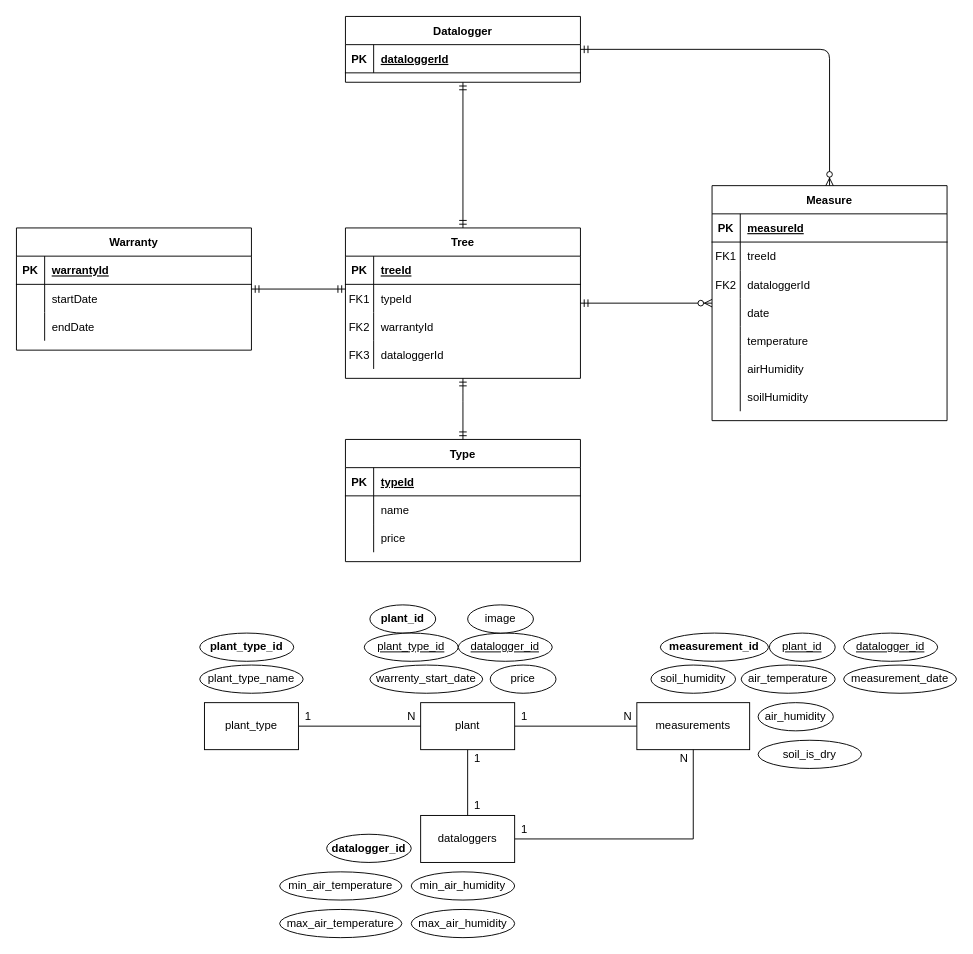
This is Database/treeERD_v4.drawio from mateasv/climate-project-exam, a draw.io file, before an edit. Source tidied: cells renumbered, new cells numbered last; positions are measured from the earlier drawing's top-left corner, leaving out a move shared by most shapes. Both pictures are drawn from the tidied source at 94%, with x=0, y=0 at pixel (16, 16).
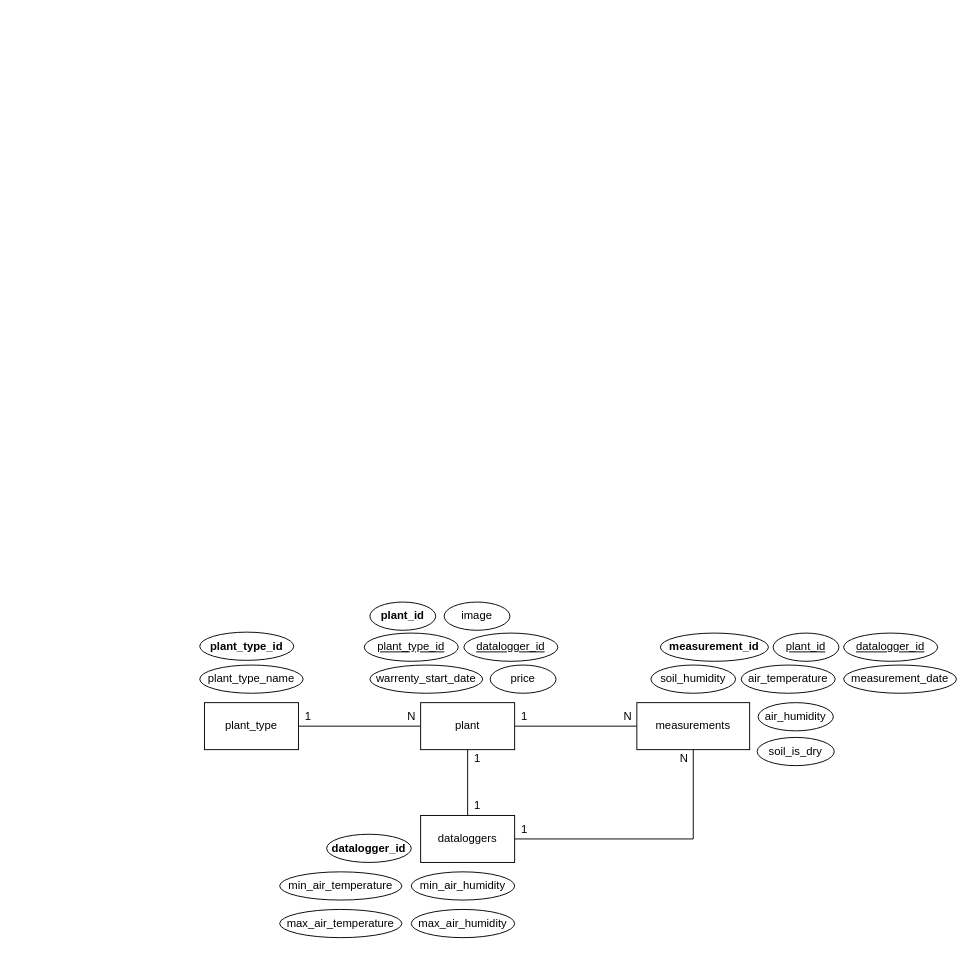
Above is the later version.

Commit message:
Removed old diagram and fixed up the new one

What changed in the source:
```diff
@@
-    <mxCell id="2" value="Tree" style="shape=table;startSize=30;childLayout=tableLayout;rowLines=0;fontStyle=1;align=center;" parent="1" vertex="1">
-      <mxGeometry x="350" y="225" width="250" height="160" as="geometry" />
-    </mxCell>
-    <mxCell id="3" style="shape=partialRectangle;fillColor=none;top=0;left=0;right=0;bottom=1;" parent="2" vertex="1">
-      <mxGeometry y="30" width="250" height="30" as="geometry" />
-    </mxCell>
-    <mxCell id="4" value="PK" style="shape=partialRectangle;overflow=hidden;fillColor=none;top=0;left=0;bottom=0;right=0;fontStyle=1;" parent="3" vertex="1">
-      <mxGeometry width="30" height="30" as="geometry" />
-    </mxCell>
-    <mxCell id="5" value="treeId" style="shape=partialRectangle;overflow=hidden;fillColor=none;top=0;left=0;bottom=0;right=0;align=left;spacingLeft=6;fontStyle=5;" parent="3" vertex="1">
-      <mxGeometry x="30" width="220" height="30" as="geometry" />
-    </mxCell>
-    <mxCell id="6" style="shape=partialRectangle;fillColor=none;top=0;left=0;right=0;bottom=0;" parent="2" vertex="1">
-      <mxGeometry y="60" width="250" height="30" as="geometry" />
-    </mxCell>
-    <mxCell id="7" value="FK1" style="shape=partialRectangle;overflow=hidden;fillColor=none;top=0;left=0;bottom=0;right=0;" parent="6" vertex="1">
-      <mxGeometry width="30" height="30" as="geometry" />
-    </mxCell>
-    <mxCell id="8" value="typeId" style="shape=partialRectangle;overflow=hidden;fillColor=none;top=0;left=0;bottom=0;right=0;align=left;spacingLeft=6;" parent="6" vertex="1">
-      <mxGeometry x="30" width="220" height="30" as="geometry" />
-    </mxCell>
-    <mxCell id="9" style="shape=partialRectangle;fillColor=none;top=0;left=0;right=0;bottom=0;" parent="2" vertex="1">
-      <mxGeometry y="90" width="250" height="30" as="geometry" />
-    </mxCell>
-    <mxCell id="10" value="FK2" style="shape=partialRectangle;overflow=hidden;fillColor=none;top=0;left=0;bottom=0;right=0;" parent="9" vertex="1">
-      <mxGeometry width="30" height="30" as="geometry" />
-    </mxCell>
-    <mxCell id="11" value="warrantyId" style="shape=partialRectangle;overflow=hidden;fillColor=none;top=0;left=0;bottom=0;right=0;align=left;spacingLeft=6;" parent="9" vertex="1">
-      <mxGeometry x="30" width="220" height="30" as="geometry" />
-    </mxCell>
-    <mxCell id="12" style="shape=partialRectangle;fillColor=none;top=0;left=0;right=0;bottom=0;" parent="2" vertex="1">
-      <mxGeometry y="120" width="250" height="30" as="geometry" />
-    </mxCell>
-    <mxCell id="13" value="FK3" style="shape=partialRectangle;overflow=hidden;fillColor=none;top=0;left=0;bottom=0;right=0;" parent="12" vertex="1">
-      <mxGeometry width="30" height="30" as="geometry" />
-    </mxCell>
-    <mxCell id="14" value="dataloggerId" style="shape=partialRectangle;overflow=hidden;fillColor=none;top=0;left=0;bottom=0;right=0;align=left;spacingLeft=6;" parent="12" vertex="1">
-      <mxGeometry x="30" width="220" height="30" as="geometry" />
-    </mxCell>
-    <mxCell id="15" value="Type" style="shape=table;startSize=30;childLayout=tableLayout;rowLines=0;fontStyle=1;align=center;" parent="1" vertex="1">
-      <mxGeometry x="350" y="450" width="250" height="130" as="geometry" />
-    </mxCell>
-    <mxCell id="16" style="shape=partialRectangle;fillColor=none;top=0;left=0;right=0;bottom=1;" parent="15" vertex="1">
-      <mxGeometry y="30" width="250" height="30" as="geometry" />
-    </mxCell>
-    <mxCell id="17" value="PK" style="shape=partialRectangle;overflow=hidden;fillColor=none;top=0;left=0;bottom=0;right=0;fontStyle=1;" parent="16" vertex="1">
-      <mxGeometry width="30" height="30" as="geometry" />
-    </mxCell>
-    <mxCell id="18" value="typeId" style="shape=partialRectangle;overflow=hidden;fillColor=none;top=0;left=0;bottom=0;right=0;align=left;spacingLeft=6;fontStyle=5;" parent="16" vertex="1">
-      <mxGeometry x="30" width="220" height="30" as="geometry" />
-    </mxCell>
-    <mxCell id="19" style="shape=partialRectangle;fillColor=none;top=0;left=0;right=0;bottom=0;" parent="15" vertex="1">
-      <mxGeometry y="60" width="250" height="30" as="geometry" />
-    </mxCell>
-    <mxCell id="20" style="shape=partialRectangle;overflow=hidden;fillColor=none;top=0;left=0;bottom=0;right=0;" parent="19" vertex="1">
-      <mxGeometry width="30" height="30" as="geometry" />
-    </mxCell>
-    <mxCell id="21" value="name" style="shape=partialRectangle;overflow=hidden;fillColor=none;top=0;left=0;bottom=0;right=0;align=left;spacingLeft=6;" parent="19" vertex="1">
-      <mxGeometry x="30" width="220" height="30" as="geometry" />
-    </mxCell>
-    <mxCell id="22" style="shape=partialRectangle;fillColor=none;top=0;left=0;right=0;bottom=0;" parent="15" vertex="1">
-      <mxGeometry y="90" width="250" height="30" as="geometry" />
-    </mxCell>
-    <mxCell id="23" style="shape=partialRectangle;overflow=hidden;fillColor=none;top=0;left=0;bottom=0;right=0;" parent="22" vertex="1">
-      <mxGeometry width="30" height="30" as="geometry" />
-    </mxCell>
-    <mxCell id="24" value="price" style="shape=partialRectangle;overflow=hidden;fillColor=none;top=0;left=0;bottom=0;right=0;align=left;spacingLeft=6;" parent="22" vertex="1">
-      <mxGeometry x="30" width="220" height="30" as="geometry" />
-    </mxCell>
-    <mxCell id="25" value="Measure" style="shape=table;startSize=30;childLayout=tableLayout;rowLines=0;fontStyle=1;align=center;" parent="1" vertex="1">
-      <mxGeometry x="740" y="180" width="250" height="250" as="geometry" />
-    </mxCell>
-    <mxCell id="26" style="shape=partialRectangle;fillColor=none;top=0;left=0;right=0;bottom=1;" parent="25" vertex="1">
-      <mxGeometry y="30" width="250" height="30" as="geometry" />
-    </mxCell>
-    <mxCell id="27" value="PK" style="shape=partialRectangle;overflow=hidden;fillColor=none;top=0;left=0;bottom=0;right=0;fontStyle=1;" parent="26" vertex="1">
-      <mxGeometry width="30" height="30" as="geometry" />
-    </mxCell>
-    <mxCell id="28" value="measureId" style="shape=partialRectangle;overflow=hidden;fillColor=none;top=0;left=0;bottom=0;right=0;align=left;spacingLeft=6;fontStyle=5;" parent="26" vertex="1">
-      <mxGeometry x="30" width="220" height="30" as="geometry" />
-    </mxCell>
-    <mxCell id="29" style="shape=partialRectangle;fillColor=none;top=0;left=0;right=0;bottom=0;" parent="25" vertex="1">
-      <mxGeometry y="60" width="250" height="30" as="geometry" />
-    </mxCell>
-    <mxCell id="30" value="FK1" style="shape=partialRectangle;overflow=hidden;fillColor=none;top=0;left=0;bottom=0;right=0;" parent="29" vertex="1">
-      <mxGeometry width="30" height="30" as="geometry" />
-    </mxCell>
-    <mxCell id="31" value="treeId" style="shape=partialRectangle;overflow=hidden;fillColor=none;top=0;left=0;bottom=0;right=0;align=left;spacingLeft=6;" parent="29" vertex="1">
-      <mxGeometry x="30" width="220" height="30" as="geometry" />
-    </mxCell>
-    <mxCell id="32" style="shape=partialRectangle;fillColor=none;top=0;left=0;right=0;bottom=0;" parent="25" vertex="1">
-      <mxGeometry y="90" width="250" height="30" as="geometry" />
-    </mxCell>
-    <mxCell id="33" value="FK2" style="shape=partialRectangle;overflow=hidden;fillColor=none;top=0;left=0;bottom=0;right=0;" parent="32" vertex="1">
-      <mxGeometry width="30" height="30" as="geometry" />
-    </mxCell>
-    <mxCell id="34" value="dataloggerId" style="shape=partialRectangle;overflow=hidden;fillColor=none;top=0;left=0;bottom=0;right=0;align=left;spacingLeft=6;" parent="32" vertex="1">
-      <mxGeometry x="30" width="220" height="30" as="geometry" />
-    </mxCell>
-    <mxCell id="35" style="shape=partialRectangle;fillColor=none;top=0;left=0;right=0;bottom=0;" parent="25" vertex="1">
-      <mxGeometry y="120" width="250" height="30" as="geometry" />
-    </mxCell>
-    <mxCell id="36" style="shape=partialRectangle;overflow=hidden;fillColor=none;top=0;left=0;bottom=0;right=0;" parent="35" vertex="1">
-      <mxGeometry width="30" height="30" as="geometry" />
-    </mxCell>
-    <mxCell id="37" value="date" style="shape=partialRectangle;overflow=hidden;fillColor=none;top=0;left=0;bottom=0;right=0;align=left;spacingLeft=6;" parent="35" vertex="1">
-      <mxGeometry x="30" width="220" height="30" as="geometry" />
-    </mxCell>
-    <mxCell id="38" style="shape=partialRectangle;fillColor=none;top=0;left=0;right=0;bottom=0;" parent="25" vertex="1">
-      <mxGeometry y="150" width="250" height="30" as="geometry" />
-    </mxCell>
-    <mxCell id="39" style="shape=partialRectangle;overflow=hidden;fillColor=none;top=0;left=0;bottom=0;right=0;" parent="38" vertex="1">
-      <mxGeometry width="30" height="30" as="geometry" />
-    </mxCell>
-    <mxCell id="40" value="temperature" style="shape=partialRectangle;overflow=hidden;fillColor=none;top=0;left=0;bottom=0;right=0;align=left;spacingLeft=6;" parent="38" vertex="1">
-      <mxGeometry x="30" width="220" height="30" as="geometry" />
-    </mxCell>
-    <mxCell id="41" style="shape=partialRectangle;fillColor=none;top=0;left=0;right=0;bottom=0;" parent="25" vertex="1">
-      <mxGeometry y="180" width="250" height="30" as="geometry" />
-    </mxCell>
-    <mxCell id="42" style="shape=partialRectangle;overflow=hidden;fillColor=none;top=0;left=0;bottom=0;right=0;" parent="41" vertex="1">
-      <mxGeometry width="30" height="30" as="geometry" />
-    </mxCell>
-    <mxCell id="43" value="airHumidity" style="shape=partialRectangle;overflow=hidden;fillColor=none;top=0;left=0;bottom=0;right=0;align=left;spacingLeft=6;" parent="41" vertex="1">
-      <mxGeometry x="30" width="220" height="30" as="geometry" />
-    </mxCell>
-    <mxCell id="44" style="shape=partialRectangle;fillColor=none;top=0;left=0;right=0;bottom=0;" parent="25" vertex="1">
-      <mxGeometry y="210" width="250" height="30" as="geometry" />
-    </mxCell>
-    <mxCell id="45" style="shape=partialRectangle;overflow=hidden;fillColor=none;top=0;left=0;bottom=0;right=0;" parent="44" vertex="1">
-      <mxGeometry width="30" height="30" as="geometry" />
-    </mxCell>
-    <mxCell id="46" value="soilHumidity" style="shape=partialRectangle;overflow=hidden;fillColor=none;top=0;left=0;bottom=0;right=0;align=left;spacingLeft=6;" parent="44" vertex="1">
-      <mxGeometry x="30" width="220" height="30" as="geometry" />
-    </mxCell>
-    <mxCell id="47" style="edgeStyle=orthogonalEdgeStyle;fontSize=12;html=1;endArrow=ERzeroToMany;startArrow=ERmandOne;" parent="1" edge="1" source="2" target="25">
-      <mxGeometry relative="1" as="geometry" />
-    </mxCell>
-    <mxCell id="48" style="fontSize=12;html=1;endArrow=ERmandOne;startArrow=ERmandOne;edgeStyle=orthogonalEdgeStyle;" parent="1" edge="1" source="15" target="2">
-      <mxGeometry relative="1" as="geometry">
-        <Array as="points">
-          <mxPoint x="475" y="400" />
-          <mxPoint x="475" y="400" />
-        </Array>
-      </mxGeometry>
-    </mxCell>
-    <mxCell id="49" value="Warranty" style="shape=table;startSize=30;childLayout=tableLayout;rowLines=0;fontStyle=1;align=center;" parent="1" vertex="1">
-      <mxGeometry y="225" width="250" height="130" as="geometry" />
-    </mxCell>
-    <mxCell id="50" style="shape=partialRectangle;fillColor=none;top=0;left=0;right=0;bottom=1;" parent="49" vertex="1">
-      <mxGeometry y="30" width="250" height="30" as="geometry" />
-    </mxCell>
-    <mxCell id="51" value="PK" style="shape=partialRectangle;overflow=hidden;fillColor=none;top=0;left=0;bottom=0;right=0;fontStyle=1;" parent="50" vertex="1">
-      <mxGeometry width="30" height="30" as="geometry" />
-    </mxCell>
-    <mxCell id="52" value="warrantyId" style="shape=partialRectangle;overflow=hidden;fillColor=none;top=0;left=0;bottom=0;right=0;align=left;spacingLeft=6;fontStyle=5;" parent="50" vertex="1">
-      <mxGeometry x="30" width="220" height="30" as="geometry" />
-    </mxCell>
-    <mxCell id="53" style="shape=partialRectangle;fillColor=none;top=0;left=0;right=0;bottom=0;" parent="49" vertex="1">
-      <mxGeometry y="60" width="250" height="30" as="geometry" />
-    </mxCell>
-    <mxCell id="54" style="shape=partialRectangle;overflow=hidden;fillColor=none;top=0;left=0;bottom=0;right=0;" parent="53" vertex="1">
-      <mxGeometry width="30" height="30" as="geometry" />
-    </mxCell>
-    <mxCell id="55" value="startDate" style="shape=partialRectangle;overflow=hidden;fillColor=none;top=0;left=0;bottom=0;right=0;align=left;spacingLeft=6;" parent="53" vertex="1">
-      <mxGeometry x="30" width="220" height="30" as="geometry" />
-    </mxCell>
-    <mxCell id="56" style="shape=partialRectangle;fillColor=none;top=0;left=0;right=0;bottom=0;" parent="49" vertex="1">
-      <mxGeometry y="90" width="250" height="30" as="geometry" />
-    </mxCell>
-    <mxCell id="57" style="shape=partialRectangle;overflow=hidden;fillColor=none;top=0;left=0;bottom=0;right=0;" parent="56" vertex="1">
-      <mxGeometry width="30" height="30" as="geometry" />
-    </mxCell>
-    <mxCell id="58" value="endDate" style="shape=partialRectangle;overflow=hidden;fillColor=none;top=0;left=0;bottom=0;right=0;align=left;spacingLeft=6;" parent="56" vertex="1">
-      <mxGeometry x="30" width="220" height="30" as="geometry" />
-    </mxCell>
-    <mxCell id="59" style="fontSize=12;html=1;endArrow=ERmandOne;startArrow=ERmandOne;edgeStyle=orthogonalEdgeStyle;" parent="1" edge="1" source="49" target="2">
-      <mxGeometry relative="1" as="geometry">
-        <Array as="points">
-          <mxPoint x="360" y="290" />
-          <mxPoint x="360" y="290" />
-        </Array>
-      </mxGeometry>
-    </mxCell>
-    <mxCell id="60" value="Datalogger" style="shape=table;startSize=30;childLayout=tableLayout;rowLines=0;fontStyle=1;align=center;" parent="1" vertex="1">
-      <mxGeometry x="350" width="250" height="70" as="geometry" />
-    </mxCell>
-    <mxCell id="61" style="shape=partialRectangle;fillColor=none;top=0;left=0;right=0;bottom=1;" parent="60" vertex="1">
-      <mxGeometry y="30" width="250" height="30" as="geometry" />
-    </mxCell>
-    <mxCell id="62" value="PK" style="shape=partialRectangle;overflow=hidden;fillColor=none;top=0;left=0;bottom=0;right=0;fontStyle=1;" parent="61" vertex="1">
-      <mxGeometry width="30" height="30" as="geometry" />
-    </mxCell>
-    <mxCell id="63" value="dataloggerId" style="shape=partialRectangle;overflow=hidden;fillColor=none;top=0;left=0;bottom=0;right=0;align=left;spacingLeft=6;fontStyle=5;" parent="61" vertex="1">
-      <mxGeometry x="30" width="220" height="30" as="geometry" />
-    </mxCell>
-    <mxCell id="64" style="fontSize=12;html=1;endArrow=ERmandOne;startArrow=ERmandOne;edgeStyle=orthogonalEdgeStyle;" parent="1" edge="1" source="60" target="2">
-      <mxGeometry relative="1" as="geometry" />
-    </mxCell>
-    <mxCell id="65" style="edgeStyle=orthogonalEdgeStyle;fontSize=12;html=1;endArrow=ERzeroToMany;startArrow=ERmandOne;" parent="1" edge="1" source="60" target="25">
-      <mxGeometry relative="1" as="geometry" />
-    </mxCell>
@@
     <mxCell id="70" value="plant_id" style="ellipse;whiteSpace=wrap;html=1;fontStyle=1;" parent="1" vertex="1">
-      <mxGeometry x="376" y="626" width="70" height="30" as="geometry" />
+      <mxGeometry x="376" y="623" width="70" height="30" as="geometry" />
     </mxCell>
@@
     <mxCell id="73" value="&lt;span style=&quot;&quot;&gt;plant_id&lt;/span&gt;" style="ellipse;whiteSpace=wrap;html=1;fontStyle=4;" parent="1" vertex="1">
-      <mxGeometry x="801" y="656" width="70" height="30" as="geometry" />
+      <mxGeometry x="805" y="656" width="70" height="30" as="geometry" />
     </mxCell>
@@
     <mxCell id="88" value="plant_type_id" style="ellipse;whiteSpace=wrap;html=1;fontStyle=1;" parent="1" vertex="1">
-      <mxGeometry x="195" y="656" width="100" height="30" as="geometry" />
+      <mxGeometry x="195" y="655" width="100" height="30" as="geometry" />
     </mxCell>
@@
     <mxCell id="93" value="soil_is_dry" style="ellipse;whiteSpace=wrap;html=1;fontStyle=0;" parent="1" vertex="1">
-      <mxGeometry x="789" y="770" width="110" height="30" as="geometry" />
+      <mxGeometry x="788" y="767" width="82" height="30" as="geometry" />
     </mxCell>
@@
     <mxCell id="98" value="datalogger_id" style="ellipse;whiteSpace=wrap;html=1;fontStyle=4;" parent="1" vertex="1">
-      <mxGeometry x="470" y="656" width="100" height="30" as="geometry" />
+      <mxGeometry x="476" y="656" width="100" height="30" as="geometry" />
     </mxCell>
@@
     <mxCell id="102" value="image" style="ellipse;whiteSpace=wrap;html=1;fontStyle=0;" parent="1" vertex="1">
-      <mxGeometry x="480" y="626" width="70" height="30" as="geometry" />
+      <mxGeometry x="455" y="623" width="70" height="30" as="geometry" />
     </mxCell>
```
